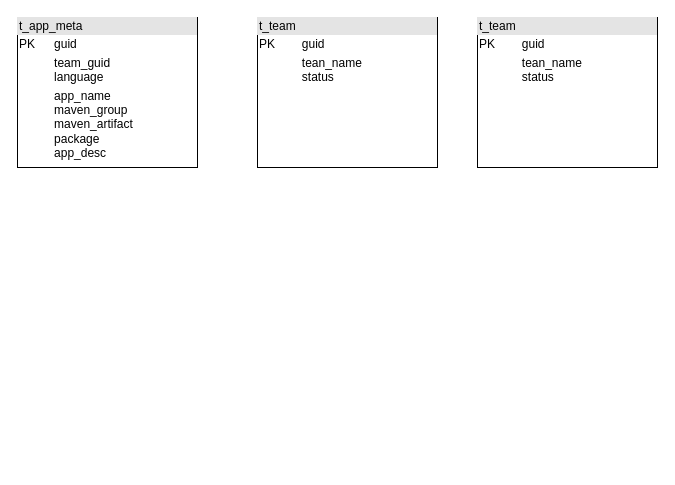
The draw.io diagram helloboot-framework.drawio in zyhui98/drawio, before the edit. Source tidied: cells renumbered, new cells numbered last; positions are measured from the earlier drawing's top-left corner, leaving out a move shared by most shapes. Both pictures are drawn from the tidied source at 100%, with x=0, y=0 at pixel (17, 17).
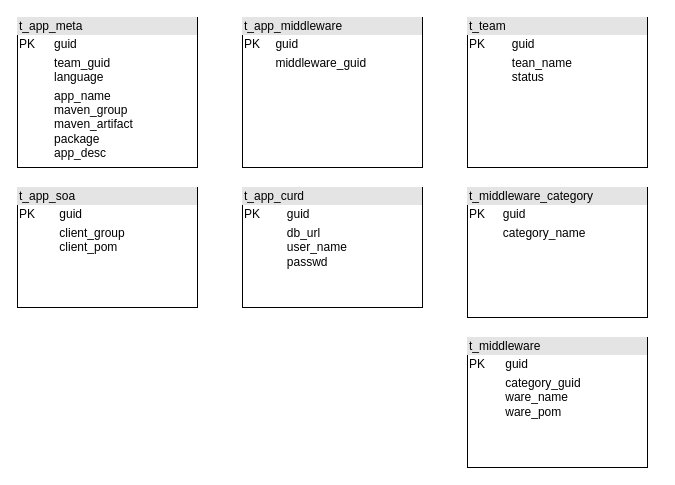
After the change.

The edit, as a diff of the source:
```diff
@@
 <mxGraphModel>
   <root>
     <mxCell id="0" />
     <mxCell id="1" parent="0" />
     <mxCell id="2" value="&lt;div style=&quot;box-sizing: border-box ; width: 100% ; background: #e4e4e4 ; padding: 2px&quot;&gt;t_app_meta&lt;/div&gt;&lt;table style=&quot;width: 100% ; font-size: 1em&quot; cellpadding=&quot;2&quot; cellspacing=&quot;0&quot;&gt;&lt;tbody&gt;&lt;tr&gt;&lt;td&gt;PK&lt;/td&gt;&lt;td&gt;guid&lt;/td&gt;&lt;/tr&gt;&lt;tr&gt;&lt;td&gt;&lt;br&gt;&lt;/td&gt;&lt;td&gt;team_guid&lt;br&gt;language&lt;/td&gt;&lt;/tr&gt;&lt;tr&gt;&lt;td&gt;&lt;/td&gt;&lt;td&gt;app_name&lt;br&gt;maven_group&lt;br&gt;maven_artifact&lt;br&gt;package&lt;br&gt;app_desc&lt;br&gt;&lt;br&gt;&lt;br&gt;&lt;/td&gt;&lt;/tr&gt;&lt;/tbody&gt;&lt;/table&gt;" style="verticalAlign=top;align=left;overflow=fill;html=1;" parent="1" vertex="1">
       <mxGeometry width="180" height="150" as="geometry" />
     </mxCell>
-    <mxCell id="3" value="&lt;div style=&quot;box-sizing: border-box ; width: 100% ; background: #e4e4e4 ; padding: 2px&quot;&gt;t_team&lt;/div&gt;&lt;table style=&quot;width: 100% ; font-size: 1em&quot; cellpadding=&quot;2&quot; cellspacing=&quot;0&quot;&gt;&lt;tbody&gt;&lt;tr&gt;&lt;td&gt;PK&lt;/td&gt;&lt;td&gt;guid&lt;/td&gt;&lt;/tr&gt;&lt;tr&gt;&lt;td&gt;&lt;br&gt;&lt;/td&gt;&lt;td&gt;tean_name&lt;br&gt;status&lt;/td&gt;&lt;/tr&gt;&lt;tr&gt;&lt;td&gt;&lt;/td&gt;&lt;td&gt;&lt;br&gt;&lt;br&gt;&lt;br&gt;&lt;/td&gt;&lt;/tr&gt;&lt;/tbody&gt;&lt;/table&gt;" style="verticalAlign=top;align=left;overflow=fill;html=1;" parent="1" vertex="1">
-      <mxGeometry x="240" width="180" height="150" as="geometry" />
+    <mxCell id="3" value="&lt;div style=&quot;box-sizing: border-box ; width: 100% ; background: #e4e4e4 ; padding: 2px&quot;&gt;t_app_middleware&lt;/div&gt;&lt;table style=&quot;width: 100% ; font-size: 1em&quot; cellpadding=&quot;2&quot; cellspacing=&quot;0&quot;&gt;&lt;tbody&gt;&lt;tr&gt;&lt;td&gt;PK&lt;/td&gt;&lt;td&gt;guid&lt;/td&gt;&lt;/tr&gt;&lt;tr&gt;&lt;td&gt;&lt;br&gt;&lt;/td&gt;&lt;td&gt;middleware_guid&lt;br&gt;&lt;br&gt;&lt;/td&gt;&lt;/tr&gt;&lt;tr&gt;&lt;td&gt;&lt;/td&gt;&lt;td&gt;&lt;br&gt;&lt;br&gt;&lt;/td&gt;&lt;/tr&gt;&lt;/tbody&gt;&lt;/table&gt;" style="verticalAlign=top;align=left;overflow=fill;html=1;" parent="1" vertex="1">
+      <mxGeometry x="225" width="180" height="150" as="geometry" />
     </mxCell>
-    <mxCell id="4" value="&lt;div style=&quot;box-sizing: border-box ; width: 100% ; background: #e4e4e4 ; padding: 2px&quot;&gt;t_team&lt;/div&gt;&lt;table style=&quot;width: 100% ; font-size: 1em&quot; cellpadding=&quot;2&quot; cellspacing=&quot;0&quot;&gt;&lt;tbody&gt;&lt;tr&gt;&lt;td&gt;PK&lt;/td&gt;&lt;td&gt;guid&lt;/td&gt;&lt;/tr&gt;&lt;tr&gt;&lt;td&gt;&lt;br&gt;&lt;/td&gt;&lt;td&gt;tean_name&lt;br&gt;status&lt;/td&gt;&lt;/tr&gt;&lt;tr&gt;&lt;td&gt;&lt;/td&gt;&lt;td&gt;&lt;br&gt;&lt;br&gt;&lt;br&gt;&lt;/td&gt;&lt;/tr&gt;&lt;/tbody&gt;&lt;/table&gt;" style="verticalAlign=top;align=left;overflow=fill;html=1;" parent="1" vertex="1">
-      <mxGeometry x="460" width="180" height="150" as="geometry" />
+    <mxCell id="4" value="&lt;div style=&quot;box-sizing: border-box ; width: 100% ; background: #e4e4e4 ; padding: 2px&quot;&gt;t_middleware_category&lt;/div&gt;&lt;table style=&quot;width: 100% ; font-size: 1em&quot; cellpadding=&quot;2&quot; cellspacing=&quot;0&quot;&gt;&lt;tbody&gt;&lt;tr&gt;&lt;td&gt;PK&lt;/td&gt;&lt;td&gt;guid&lt;/td&gt;&lt;/tr&gt;&lt;tr&gt;&lt;td&gt;&lt;br&gt;&lt;/td&gt;&lt;td&gt;category_name&lt;br&gt;&lt;/td&gt;&lt;/tr&gt;&lt;tr&gt;&lt;td&gt;&lt;/td&gt;&lt;td&gt;&lt;br&gt;&lt;br&gt;&lt;br&gt;&lt;/td&gt;&lt;/tr&gt;&lt;/tbody&gt;&lt;/table&gt;" style="verticalAlign=top;align=left;overflow=fill;html=1;" parent="1" vertex="1">
+      <mxGeometry x="450" y="170" width="180" height="130" as="geometry" />
     </mxCell>
+    <mxCell id="5" value="&lt;div style=&quot;box-sizing: border-box ; width: 100% ; background: #e4e4e4 ; padding: 2px&quot;&gt;t_team&lt;/div&gt;&lt;table style=&quot;width: 100% ; font-size: 1em&quot; cellpadding=&quot;2&quot; cellspacing=&quot;0&quot;&gt;&lt;tbody&gt;&lt;tr&gt;&lt;td&gt;PK&lt;/td&gt;&lt;td&gt;guid&lt;/td&gt;&lt;/tr&gt;&lt;tr&gt;&lt;td&gt;&lt;br&gt;&lt;/td&gt;&lt;td&gt;tean_name&lt;br&gt;status&lt;/td&gt;&lt;/tr&gt;&lt;tr&gt;&lt;td&gt;&lt;/td&gt;&lt;td&gt;&lt;br&gt;&lt;br&gt;&lt;br&gt;&lt;/td&gt;&lt;/tr&gt;&lt;/tbody&gt;&lt;/table&gt;" style="verticalAlign=top;align=left;overflow=fill;html=1;" parent="1" vertex="1">
+      <mxGeometry x="450" width="180" height="150" as="geometry" />
+    </mxCell>
+    <mxCell id="6" value="&lt;div style=&quot;box-sizing: border-box ; width: 100% ; background: #e4e4e4 ; padding: 2px&quot;&gt;t_middleware&lt;/div&gt;&lt;table style=&quot;width: 100% ; font-size: 1em&quot; cellpadding=&quot;2&quot; cellspacing=&quot;0&quot;&gt;&lt;tbody&gt;&lt;tr&gt;&lt;td&gt;PK&lt;/td&gt;&lt;td&gt;guid&lt;/td&gt;&lt;/tr&gt;&lt;tr&gt;&lt;td&gt;&lt;br&gt;&lt;/td&gt;&lt;td&gt;category_guid&lt;br&gt;ware_name&lt;br&gt;ware_pom&lt;br&gt;&lt;br&gt;&lt;br&gt;&lt;/td&gt;&lt;/tr&gt;&lt;tr&gt;&lt;td&gt;&lt;/td&gt;&lt;td&gt;&lt;br&gt;&lt;br&gt;&lt;br&gt;&lt;/td&gt;&lt;/tr&gt;&lt;/tbody&gt;&lt;/table&gt;" style="verticalAlign=top;align=left;overflow=fill;html=1;" parent="1" vertex="1">
+      <mxGeometry x="450" y="320" width="180" height="130" as="geometry" />
+    </mxCell>
+    <mxCell id="7" value="&lt;div style=&quot;box-sizing: border-box ; width: 100% ; background: #e4e4e4 ; padding: 2px&quot;&gt;t_app_soa&lt;/div&gt;&lt;table style=&quot;width: 100% ; font-size: 1em&quot; cellpadding=&quot;2&quot; cellspacing=&quot;0&quot;&gt;&lt;tbody&gt;&lt;tr&gt;&lt;td&gt;PK&lt;/td&gt;&lt;td&gt;guid&lt;/td&gt;&lt;/tr&gt;&lt;tr&gt;&lt;td&gt;&lt;br&gt;&lt;/td&gt;&lt;td&gt;client_group&lt;br&gt;client_pom&lt;br&gt;&lt;br&gt;&lt;/td&gt;&lt;/tr&gt;&lt;tr&gt;&lt;td&gt;&lt;/td&gt;&lt;td&gt;&lt;br&gt;&lt;br&gt;&lt;/td&gt;&lt;/tr&gt;&lt;/tbody&gt;&lt;/table&gt;" style="verticalAlign=top;align=left;overflow=fill;html=1;" parent="1" vertex="1">
+      <mxGeometry y="170" width="180" height="120" as="geometry" />
+    </mxCell>
+    <mxCell id="8" value="&lt;div style=&quot;box-sizing: border-box ; width: 100% ; background: #e4e4e4 ; padding: 2px&quot;&gt;t_app_curd&lt;/div&gt;&lt;table style=&quot;width: 100% ; font-size: 1em&quot; cellpadding=&quot;2&quot; cellspacing=&quot;0&quot;&gt;&lt;tbody&gt;&lt;tr&gt;&lt;td&gt;PK&lt;/td&gt;&lt;td&gt;guid&lt;/td&gt;&lt;/tr&gt;&lt;tr&gt;&lt;td&gt;&lt;br&gt;&lt;/td&gt;&lt;td&gt;db_url&lt;br&gt;user_name&lt;br&gt;passwd&lt;br&gt;&lt;br&gt;&lt;br&gt;&lt;/td&gt;&lt;/tr&gt;&lt;tr&gt;&lt;td&gt;&lt;/td&gt;&lt;td&gt;&lt;br&gt;&lt;br&gt;&lt;/td&gt;&lt;/tr&gt;&lt;/tbody&gt;&lt;/table&gt;" style="verticalAlign=top;align=left;overflow=fill;html=1;" parent="1" vertex="1">
+      <mxGeometry x="225" y="170" width="180" height="120" as="geometry" />
+    </mxCell>
   </root>
 </mxGraphModel>
```
